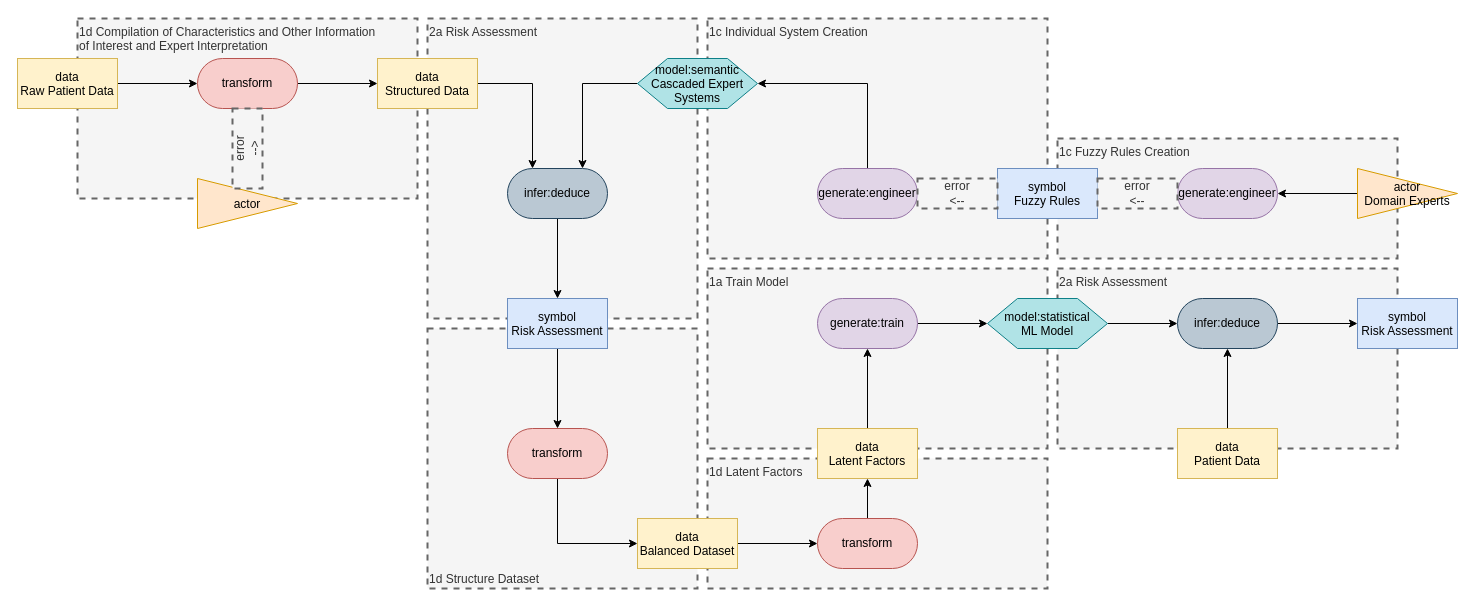
The draw.io diagram page "Page-1" (1 of 2) of medical patterns to boxologies/Rule-Based Method pre-processes input data for ML Prediction (RBML)/Design and Development of an Intelligent Clinical Decision Support System Applied to the Evaluation of Breast Cancer Risk.drawio in zonnesmit/thesis, before the edit. Source tidied: cells renumbered, new cells numbered last; positions are measured from the earlier drawing's top-left corner, leaving out a move shared by most shapes. Both pictures are drawn from the tidied source at 100%, with x=0, y=0 at pixel (17, 18).
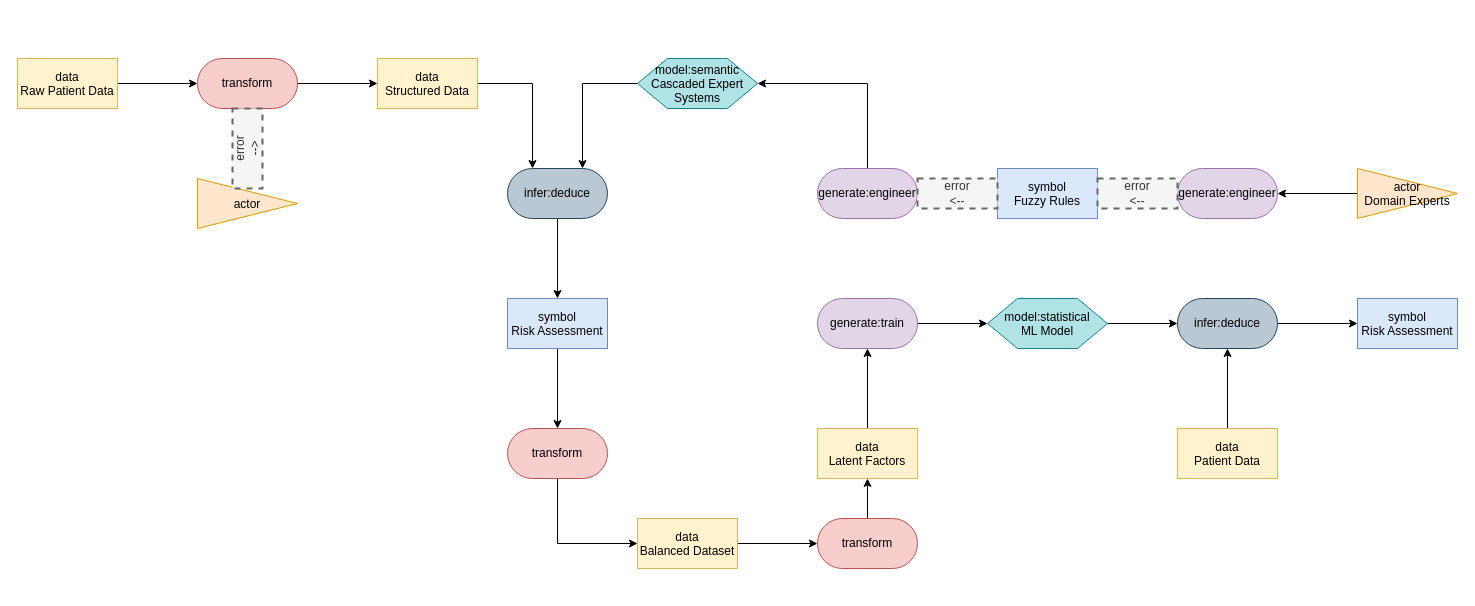
Above is the later version.

What changed in the source:
```diff
@@
-    <mxCell id="2" value="2a Risk Assessment" style="text;html=1;align=left;verticalAlign=top;whiteSpace=wrap;rounded=0;dashed=1;fillColor=#f5f5f5;fontColor=#333333;strokeColor=#666666;strokeWidth=2;" parent="1" vertex="1">
-      <mxGeometry x="1040" y="250" width="340" height="180" as="geometry" />
-    </mxCell>
-    <mxCell id="3" value="1a Train Model" style="text;html=1;align=left;verticalAlign=top;whiteSpace=wrap;rounded=0;dashed=1;fillColor=#f5f5f5;fontColor=#333333;strokeColor=#666666;strokeWidth=2;" parent="1" vertex="1">
-      <mxGeometry x="690" y="250" width="340" height="180" as="geometry" />
-    </mxCell>
-    <mxCell id="4" value="1d Latent Factors" style="text;html=1;align=left;verticalAlign=top;whiteSpace=wrap;rounded=0;dashed=1;fillColor=#f5f5f5;fontColor=#333333;strokeColor=#666666;strokeWidth=2;" parent="1" vertex="1">
-      <mxGeometry x="690" y="440" width="340" height="130" as="geometry" />
-    </mxCell>
-    <mxCell id="5" value="1d Structure Dataset" style="text;html=1;align=left;verticalAlign=bottom;whiteSpace=wrap;rounded=0;dashed=1;fillColor=#f5f5f5;fontColor=#333333;strokeColor=#666666;strokeWidth=2;" parent="1" vertex="1">
-      <mxGeometry x="410" y="310" width="270" height="260" as="geometry" />
-    </mxCell>
-    <mxCell id="6" value="1c Fuzzy Rules Creation" style="text;html=1;align=left;verticalAlign=top;whiteSpace=wrap;rounded=0;dashed=1;fillColor=#f5f5f5;fontColor=#333333;strokeColor=#666666;strokeWidth=2;" parent="1" vertex="1">
-      <mxGeometry x="1040" y="120" width="340" height="120" as="geometry" />
-    </mxCell>
-    <mxCell id="7" value="1c Individual System Creation" style="text;html=1;align=left;verticalAlign=top;whiteSpace=wrap;rounded=0;dashed=1;fillColor=#f5f5f5;fontColor=#333333;strokeColor=#666666;strokeWidth=2;" parent="1" vertex="1">
-      <mxGeometry x="690" width="340" height="240" as="geometry" />
-    </mxCell>
-    <mxCell id="8" value="2a Risk Assessment" style="text;html=1;align=left;verticalAlign=top;whiteSpace=wrap;rounded=0;dashed=1;fillColor=#f5f5f5;fontColor=#333333;strokeColor=#666666;strokeWidth=2;" parent="1" vertex="1">
-      <mxGeometry x="410" width="270" height="300" as="geometry" />
-    </mxCell>
-    <mxCell id="9" value="&lt;div&gt;1d Compilation of Characteristics and Other Information&lt;/div&gt;&lt;div&gt;of Interest and Expert Interpretation&lt;/div&gt;" style="text;html=1;align=left;verticalAlign=top;whiteSpace=wrap;rounded=0;dashed=1;fillColor=#f5f5f5;fontColor=#333333;strokeColor=#666666;strokeWidth=2;" parent="1" vertex="1">
-      <mxGeometry x="60" width="340" height="180" as="geometry" />
-    </mxCell>
```
